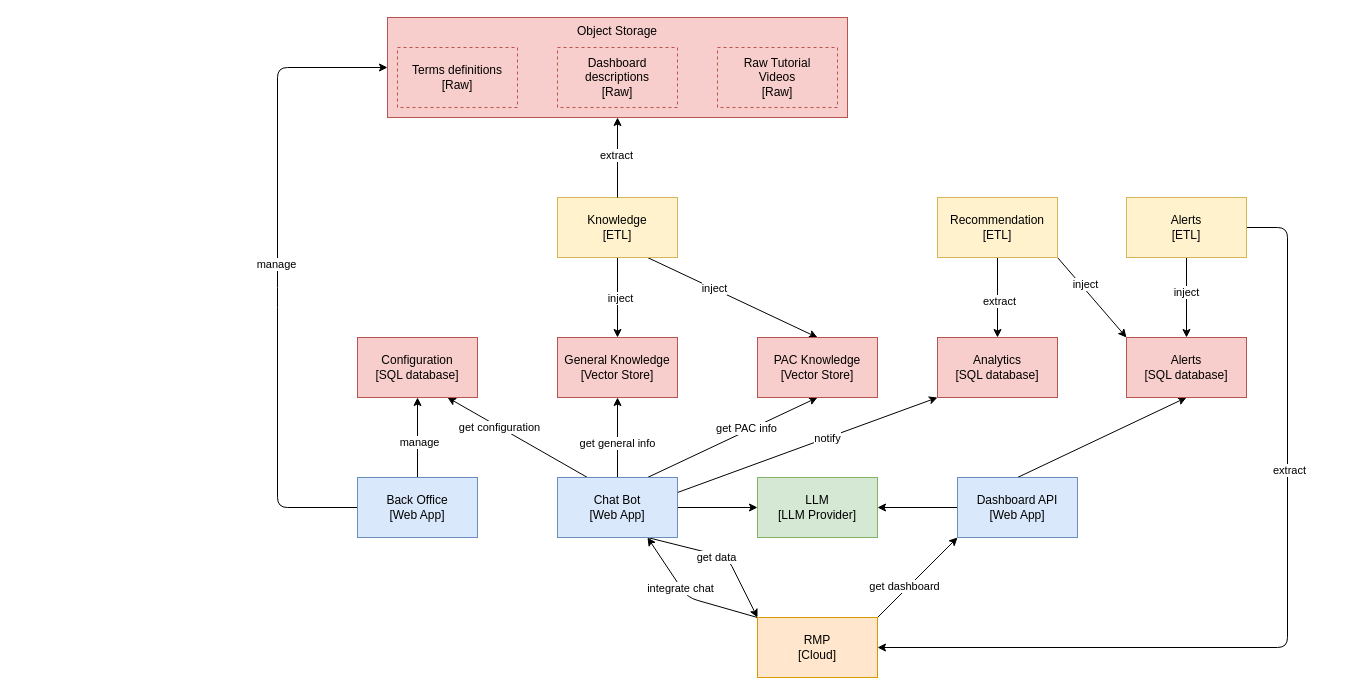
The draw.io diagram page "Page-1" (1 of 2) of renault-agent/schemas.drawio in gaetanzanella/presentations, before the edit. Source tidied: cells renumbered, new cells numbered last; positions are measured from the earlier drawing's top-left corner, leaving out a move shared by most shapes. Both pictures are drawn from the tidied source at 100%, with x=0, y=0 at pixel (277, 17).
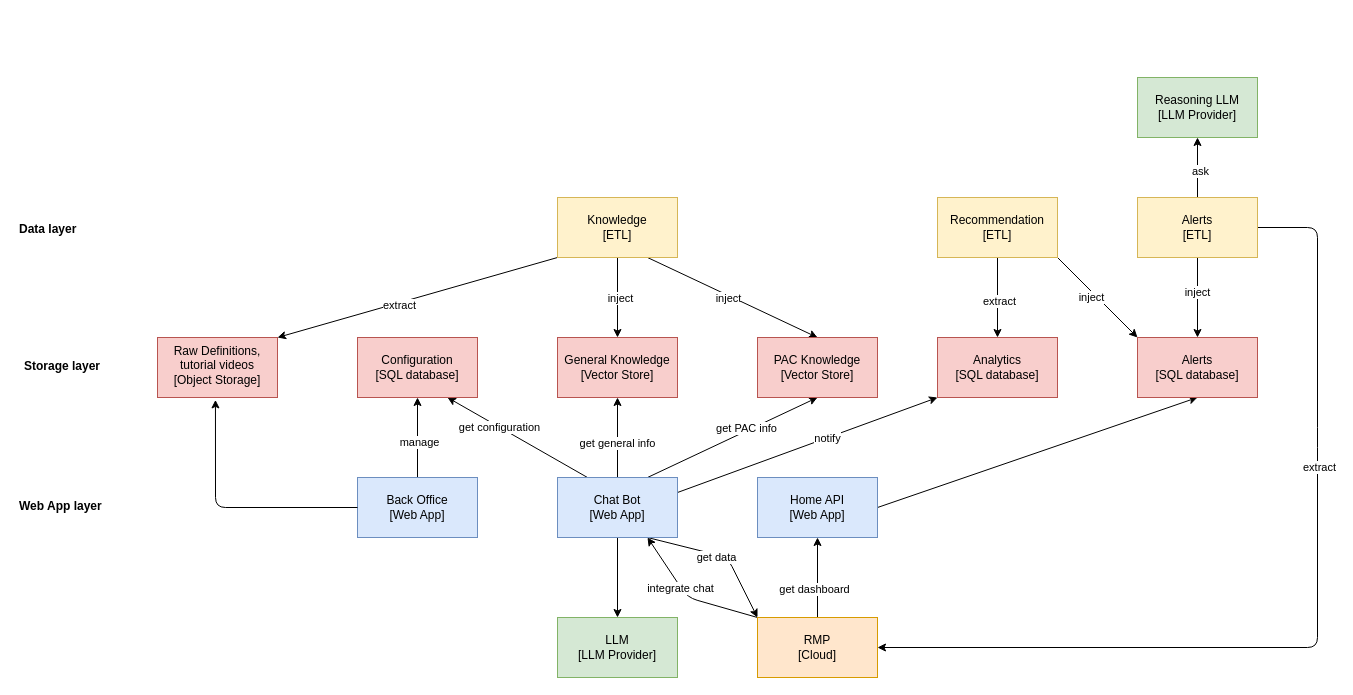
The same page after the edit.

The change refers to these unchanged cells:
```xml
<mxCell id="16" style="edgeStyle=none;html=1;exitX=0.5;exitY=1;exitDx=0;exitDy=0;entryX=0.5;entryY=0;entryDx=0;entryDy=0;" parent="1" edge="1" source="20" target="15">
  <mxGeometry relative="1" as="geometry" />
</mxCell>
<mxCell id="18" style="edgeStyle=none;html=1;exitX=0.75;exitY=1;exitDx=0;exitDy=0;entryX=0.5;entryY=0;entryDx=0;entryDy=0;" parent="1" edge="1" source="20" target="27">
  <mxGeometry relative="1" as="geometry" />
</mxCell>
<mxCell id="20" value="Knowledge&lt;br&gt;[&lt;span style=&quot;color: rgb(0, 0, 0);&quot;&gt;ETL&lt;/span&gt;]" style="rounded=0;whiteSpace=wrap;html=1;fillColor=#fff2cc;strokeColor=#d6b656;" parent="1" vertex="1">
  <mxGeometry x="280" y="180" width="120" height="60" as="geometry" />
</mxCell>
<mxCell id="28" style="edgeStyle=none;html=1;exitX=0.5;exitY=0;exitDx=0;exitDy=0;entryX=0.5;entryY=1;entryDx=0;entryDy=0;" parent="1" edge="1" source="32" target="33">
  <mxGeometry relative="1" as="geometry" />
</mxCell>
<mxCell id="32" value="&lt;div&gt;&lt;font color=&quot;#000000&quot;&gt;Back Office&lt;/font&gt;&lt;/div&gt;&lt;div&gt;[Web App]&lt;/div&gt;" style="rounded=0;whiteSpace=wrap;html=1;fillColor=#dae8fc;strokeColor=#6c8ebf;" parent="1" vertex="1">
  <mxGeometry x="80" y="460" width="120" height="60" as="geometry" />
</mxCell>
<mxCell id="38" value="RMP&lt;div&gt;&lt;font color=&quot;#000000&quot;&gt;[Cloud]&lt;/font&gt;&lt;/div&gt;" style="rounded=0;whiteSpace=wrap;html=1;fillColor=#ffe6cc;strokeColor=#d79b00;" parent="1" vertex="1">
  <mxGeometry x="480" y="600" width="120" height="60" as="geometry" />
</mxCell>
<mxCell id="45" style="edgeStyle=none;html=1;" parent="1" edge="1" source="47" target="42">
  <mxGeometry relative="1" as="geometry" />
</mxCell>
<mxCell id="49" style="edgeStyle=none;html=1;exitX=0.5;exitY=1;exitDx=0;exitDy=0;entryX=0.5;entryY=0;entryDx=0;entryDy=0;" parent="1" edge="1" source="53" target="48">
  <mxGeometry relative="1" as="geometry" />
</mxCell>
<mxCell id="51" style="edgeStyle=none;html=1;exitX=1;exitY=1;exitDx=0;exitDy=0;entryX=0;entryY=0;entryDx=0;entryDy=0;" parent="1" edge="1" source="53" target="42">
  <mxGeometry relative="1" as="geometry" />
</mxCell>
```

Change to the diagram source:
```diff
@@
-    <mxCell id="2" value="Object Storage" style="rounded=0;whiteSpace=wrap;html=1;fillColor=#f8cecc;strokeColor=#b85450;verticalAlign=top;" parent="1" vertex="1">
-      <mxGeometry x="110" width="460" height="100" as="geometry" />
-    </mxCell>
+    <mxCell id="55" value="&lt;div&gt;Raw Definitions, tutorial videos&lt;/div&gt;[Object Storage]" style="rounded=0;whiteSpace=wrap;html=1;fillColor=#f8cecc;strokeColor=#b85450;verticalAlign=top;" parent="1" vertex="1">
+      <mxGeometry x="-120" y="320" width="120" height="60" as="geometry" />
+    </mxCell>
@@
-    <mxCell id="17" value="inject" style="edgeLabel;html=1;align=center;verticalAlign=middle;" parent="16" vertex="1">
-      <mxGeometry x="0.01" y="2" relative="1" as="geometry" />
-    </mxCell>
+    <mxCell id="56" value="inject" style="edgeLabel;html=1;align=center;verticalAlign=middle;" parent="16" vertex="1">
+      <mxGeometry x="0.01" y="2" relative="1" as="geometry" />
+    </mxCell>
@@
-    <mxCell id="19" value="inject" style="edgeLabel;html=1;align=center;verticalAlign=middle;" parent="18" vertex="1">
-      <mxGeometry x="-0.22" y="1" relative="1" as="geometry" />
-    </mxCell>
+    <mxCell id="57" value="inject" style="edgeLabel;html=1;align=center;verticalAlign=middle;" parent="18" vertex="1">
+      <mxGeometry x="-0.22" y="1" relative="1" as="geometry">
+        <mxPoint x="14" y="10" as="offset" />
+      </mxGeometry>
+    </mxCell>
+    <mxCell id="58" style="edgeStyle=none;html=1;exitX=0;exitY=1;exitDx=0;exitDy=0;entryX=1;entryY=0;entryDx=0;entryDy=0;" parent="1" edge="1" source="20" target="55">
+      <mxGeometry relative="1" as="geometry" />
+    </mxCell>
+    <mxCell id="59" value="extract" style="edgeLabel;html=1;align=center;verticalAlign=middle;" parent="58" vertex="1">
+      <mxGeometry x="0.13" y="2" relative="1" as="geometry" />
+    </mxCell>
@@
-    <mxCell id="21" value="Raw Tutorial&lt;div&gt;Videos&lt;br&gt;&lt;span style=&quot;color: rgb(0, 0, 0);&quot;&gt;[Raw]&lt;/span&gt;&lt;/div&gt;" style="rounded=0;whiteSpace=wrap;html=1;fillColor=#f8cecc;strokeColor=#b85450;dashed=1;" parent="1" vertex="1">
-      <mxGeometry x="440" y="30" width="120" height="60" as="geometry" />
-    </mxCell>
-    <mxCell id="22" style="edgeStyle=none;html=1;exitX=0.5;exitY=1;exitDx=0;exitDy=0;entryX=0.5;entryY=0;entryDx=0;entryDy=0;startArrow=classic;startFill=1;endArrow=none;endFill=0;" parent="1" edge="1" source="2" target="20">
-      <mxGeometry relative="1" as="geometry" />
-    </mxCell>
-    <mxCell id="23" value="&lt;span style=&quot;color: rgb(0, 0, 0);&quot;&gt;extract&lt;/span&gt;" style="edgeLabel;html=1;align=center;verticalAlign=middle;" parent="22" vertex="1">
-      <mxGeometry x="-0.08" y="-2" relative="1" as="geometry" />
-    </mxCell>
-    <mxCell id="24" value="Dashboard descriptions&lt;br&gt;[Raw]" style="rounded=0;whiteSpace=wrap;html=1;fillColor=#f8cecc;strokeColor=#b85450;dashed=1;" parent="1" vertex="1">
-      <mxGeometry x="280" y="30" width="120" height="60" as="geometry" />
-    </mxCell>
-    <mxCell id="25" value="Terms definitions&lt;div&gt;[Raw]&lt;/div&gt;" style="rounded=0;whiteSpace=wrap;html=1;fillColor=#f8cecc;strokeColor=#b85450;dashed=1;" parent="1" vertex="1">
-      <mxGeometry x="120" y="30" width="120" height="60" as="geometry" />
-    </mxCell>
     <mxCell id="26" value="LLM&lt;div&gt;[LLM Provider]&lt;/div&gt;" style="rounded=0;whiteSpace=wrap;html=1;fillColor=#d5e8d4;strokeColor=#82b366;" parent="1" vertex="1">
-      <mxGeometry x="480" y="460" width="120" height="60" as="geometry" />
+      <mxGeometry x="280" y="600" width="120" height="60" as="geometry" />
     </mxCell>
@@
-    <mxCell id="29" value="manage" style="edgeLabel;html=1;align=center;verticalAlign=middle;" parent="28" vertex="1">
-      <mxGeometry x="-0.1" y="-1" relative="1" as="geometry" />
-    </mxCell>
-    <mxCell id="30" style="edgeStyle=none;html=1;exitX=0;exitY=0.5;exitDx=0;exitDy=0;entryX=0;entryY=0.5;entryDx=0;entryDy=0;" parent="1" edge="1" source="32" target="2">
-      <mxGeometry relative="1" as="geometry">
-        <Array as="points">
-          <mxPoint y="490" />
-          <mxPoint y="280" />
-          <mxPoint y="50" />
-        </Array>
-      </mxGeometry>
-    </mxCell>
-    <mxCell id="31" value="manage" style="edgeLabel;html=1;align=center;verticalAlign=middle;" parent="30" vertex="1">
-      <mxGeometry x="0.03" y="2" relative="1" as="geometry" />
-    </mxCell>
+    <mxCell id="60" value="manage" style="edgeLabel;html=1;align=center;verticalAlign=middle;" parent="28" vertex="1">
+      <mxGeometry x="-0.1" y="-1" relative="1" as="geometry" />
+    </mxCell>
@@
-    <mxCell id="34" style="edgeStyle=none;html=1;exitX=1;exitY=0;exitDx=0;exitDy=0;entryX=0;entryY=1;entryDx=0;entryDy=0;" parent="1" edge="1" source="38" target="41">
-      <mxGeometry relative="1" as="geometry" />
-    </mxCell>
+    <mxCell id="61" style="edgeStyle=none;html=1;exitX=0.5;exitY=0;exitDx=0;exitDy=0;entryX=0.5;entryY=1;entryDx=0;entryDy=0;" parent="1" edge="1" source="38" target="63">
+      <mxGeometry relative="1" as="geometry" />
+    </mxCell>
-    <mxCell id="35" value="get dashboard" style="edgeLabel;html=1;align=center;verticalAlign=middle;" parent="34" vertex="1">
+    <mxCell id="35" value="get dashboard" style="edgeLabel;html=1;align=center;verticalAlign=middle;" parent="61" vertex="1">
       <mxGeometry x="-0.28" y="4" relative="1" as="geometry" />
     </mxCell>
@@
-    <mxCell id="39" style="edgeStyle=none;html=1;exitX=0.5;exitY=0;exitDx=0;exitDy=0;entryX=0.5;entryY=1;entryDx=0;entryDy=0;" parent="1" edge="1" source="41" target="42">
-      <mxGeometry relative="1" as="geometry" />
-    </mxCell>
-    <mxCell id="40" style="edgeStyle=none;html=1;exitX=0;exitY=0.5;exitDx=0;exitDy=0;entryX=1;entryY=0.5;entryDx=0;entryDy=0;" parent="1" edge="1" source="41" target="26">
-      <mxGeometry relative="1" as="geometry" />
-    </mxCell>
-    <mxCell id="41" value="&lt;div&gt;&lt;font color=&quot;#000000&quot;&gt;Dashboard API&lt;/font&gt;&lt;/div&gt;&lt;div&gt;[Web App]&lt;/div&gt;" style="rounded=0;whiteSpace=wrap;html=1;fillColor=#dae8fc;strokeColor=#6c8ebf;" parent="1" vertex="1">
-      <mxGeometry x="680" y="460" width="120" height="60" as="geometry" />
-    </mxCell>
+    <mxCell id="62" style="edgeStyle=none;html=1;exitX=1;exitY=0.5;exitDx=0;exitDy=0;entryX=0.5;entryY=1;entryDx=0;entryDy=0;" parent="1" edge="1" source="63" target="42">
+      <mxGeometry relative="1" as="geometry" />
+    </mxCell>
+    <mxCell id="63" value="&lt;div&gt;&lt;font color=&quot;#000000&quot;&gt;Home API&lt;/font&gt;&lt;/div&gt;&lt;div&gt;[Web App]&lt;/div&gt;" style="rounded=0;whiteSpace=wrap;html=1;fillColor=#dae8fc;strokeColor=#6c8ebf;" parent="1" vertex="1">
+      <mxGeometry x="480" y="460" width="120" height="60" as="geometry" />
+    </mxCell>
     <mxCell id="42" value="&lt;div&gt;&lt;font color=&quot;#000000&quot;&gt;Alerts&lt;/font&gt;&lt;/div&gt;&lt;div&gt;[SQL database]&lt;/div&gt;" style="rounded=0;whiteSpace=wrap;html=1;fillColor=#f8cecc;strokeColor=#b85450;" parent="1" vertex="1">
-      <mxGeometry x="849" y="320" width="120" height="60" as="geometry" />
+      <mxGeometry x="860" y="320" width="120" height="60" as="geometry" />
     </mxCell>
     <mxCell id="43" style="edgeStyle=none;html=1;exitX=1;exitY=0.5;exitDx=0;exitDy=0;entryX=1;entryY=0.5;entryDx=0;entryDy=0;" parent="1" edge="1" source="47" target="38">
       <mxGeometry relative="1" as="geometry">
         <Array as="points">
-          <mxPoint x="1010" y="210" />
-          <mxPoint x="1010" y="630" />
+          <mxPoint x="1040" y="210" />
+          <mxPoint x="1040" y="420" />
+          <mxPoint x="1040" y="630" />
         </Array>
       </mxGeometry>
     </mxCell>
-    <mxCell id="44" value="extract" style="edgeLabel;html=1;align=center;verticalAlign=middle;" parent="43" vertex="1">
-      <mxGeometry x="-0.35" y="1" relative="1" as="geometry" />
-    </mxCell>
+    <mxCell id="64" value="extract" style="edgeLabel;html=1;align=center;verticalAlign=middle;" parent="43" vertex="1">
+      <mxGeometry x="-0.35" y="1" relative="1" as="geometry" />
+    </mxCell>
@@
-    <mxCell id="46" value="inject" style="edgeLabel;html=1;align=center;verticalAlign=middle;" parent="45" vertex="1">
-      <mxGeometry x="-0.15" y="-1" relative="1" as="geometry" />
-    </mxCell>
+    <mxCell id="65" value="inject" style="edgeLabel;html=1;align=center;verticalAlign=middle;" parent="45" vertex="1">
+      <mxGeometry x="-0.15" y="-1" relative="1" as="geometry" />
+    </mxCell>
+    <mxCell id="66" style="edgeStyle=none;html=1;exitX=0.5;exitY=0;exitDx=0;exitDy=0;entryX=0.5;entryY=1;entryDx=0;entryDy=0;" parent="1" edge="1" source="47" target="74">
+      <mxGeometry relative="1" as="geometry" />
+    </mxCell>
+    <mxCell id="67" value="ask" style="edgeLabel;html=1;align=center;verticalAlign=middle;" parent="66" vertex="1">
+      <mxGeometry x="-0.09" y="-2" relative="1" as="geometry" />
+    </mxCell>
     <mxCell id="47" value="Alerts&lt;br&gt;[ETL]" style="rounded=0;whiteSpace=wrap;html=1;fillColor=#fff2cc;strokeColor=#d6b656;" parent="1" vertex="1">
-      <mxGeometry x="849" y="180" width="120" height="60" as="geometry" />
+      <mxGeometry x="860" y="180" width="120" height="60" as="geometry" />
     </mxCell>
@@
-    <mxCell id="50" value="extract" style="edgeLabel;html=1;align=center;verticalAlign=middle;" parent="49" vertex="1">
-      <mxGeometry x="0.07" y="1" relative="1" as="geometry" />
-    </mxCell>
+    <mxCell id="68" value="extract" style="edgeLabel;html=1;align=center;verticalAlign=middle;" parent="49" vertex="1">
+      <mxGeometry x="0.07" y="1" relative="1" as="geometry" />
+    </mxCell>
@@
-    <mxCell id="52" value="inject" style="edgeLabel;html=1;align=center;verticalAlign=middle;" parent="51" vertex="1">
-      <mxGeometry x="-0.29" y="4" relative="1" as="geometry" />
-    </mxCell>
+    <mxCell id="69" value="inject" style="edgeLabel;html=1;align=center;verticalAlign=middle;" parent="51" vertex="1">
+      <mxGeometry x="-0.29" y="4" relative="1" as="geometry">
+        <mxPoint x="2" y="14" as="offset" />
+      </mxGeometry>
+    </mxCell>
@@
+    <mxCell id="70" style="edgeStyle=none;html=1;exitX=0;exitY=0.5;exitDx=0;exitDy=0;entryX=0.483;entryY=1.04;entryDx=0;entryDy=0;entryPerimeter=0;" parent="1" edge="1" source="32" target="55">
+      <mxGeometry relative="1" as="geometry">
+        <Array as="points">
+          <mxPoint x="-62" y="490" />
+        </Array>
+      </mxGeometry>
+    </mxCell>
+    <mxCell id="71" value="Data layer" style="text;html=1;align=left;verticalAlign=middle;strokeColor=none;fillColor=none;fontStyle=1;" parent="1" vertex="1">
+      <mxGeometry x="-260" y="196.5" width="80" height="30" as="geometry" />
+    </mxCell>
+    <mxCell id="72" value="Web App layer" style="text;html=1;align=left;verticalAlign=middle;strokeColor=none;fillColor=none;fontStyle=1;" parent="1" vertex="1">
+      <mxGeometry x="-260" y="473.5" width="100" height="30" as="geometry" />
+    </mxCell>
+    <mxCell id="73" value="Storage layer" style="text;html=1;align=left;verticalAlign=middle;strokeColor=none;fillColor=none;fontStyle=1;" parent="1" vertex="1">
+      <mxGeometry x="-255" y="333.5" width="90" height="30" as="geometry" />
+    </mxCell>
+    <mxCell id="74" value="Reasoning LLM&lt;div&gt;[LLM Provider]&lt;/div&gt;" style="rounded=0;whiteSpace=wrap;html=1;fillColor=#d5e8d4;strokeColor=#82b366;" parent="1" vertex="1">
+      <mxGeometry x="860" y="60" width="120" height="60" as="geometry" />
+    </mxCell>
```
